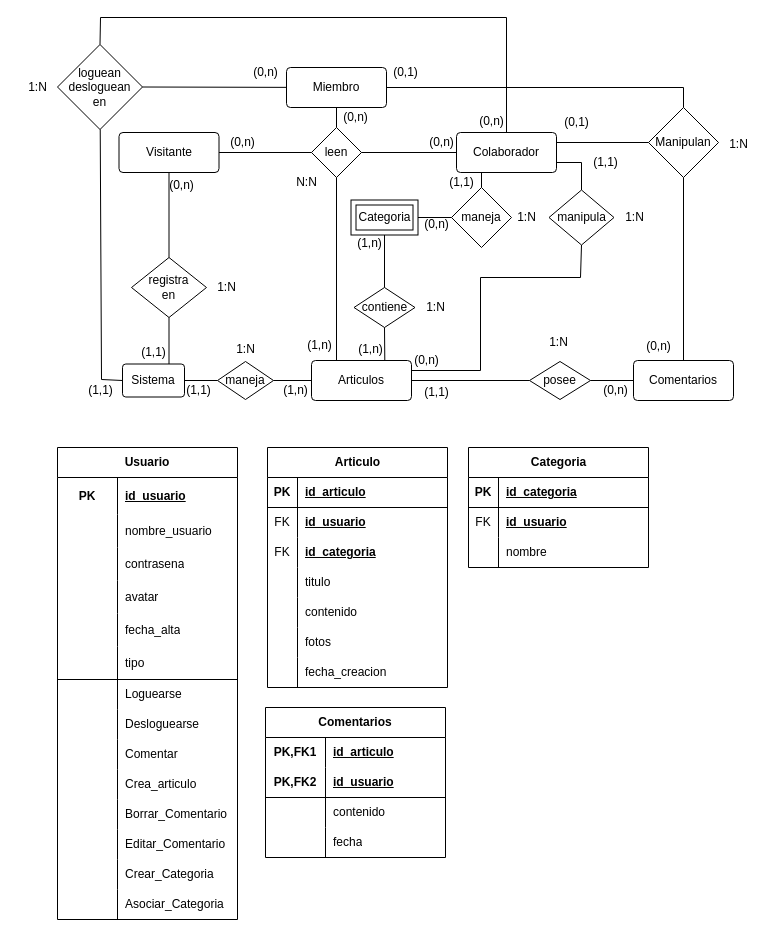
This is Blog_Metaverso.drawio from mateojgomez/blog_metaverso, a draw.io file, before an edit. Source tidied: cells renumbered, new cells numbered last; positions are measured from the earlier drawing's top-left corner, leaving out a move shared by most shapes. Both pictures are drawn from the tidied source at 100%, with x=0, y=0 at pixel (17, 17).
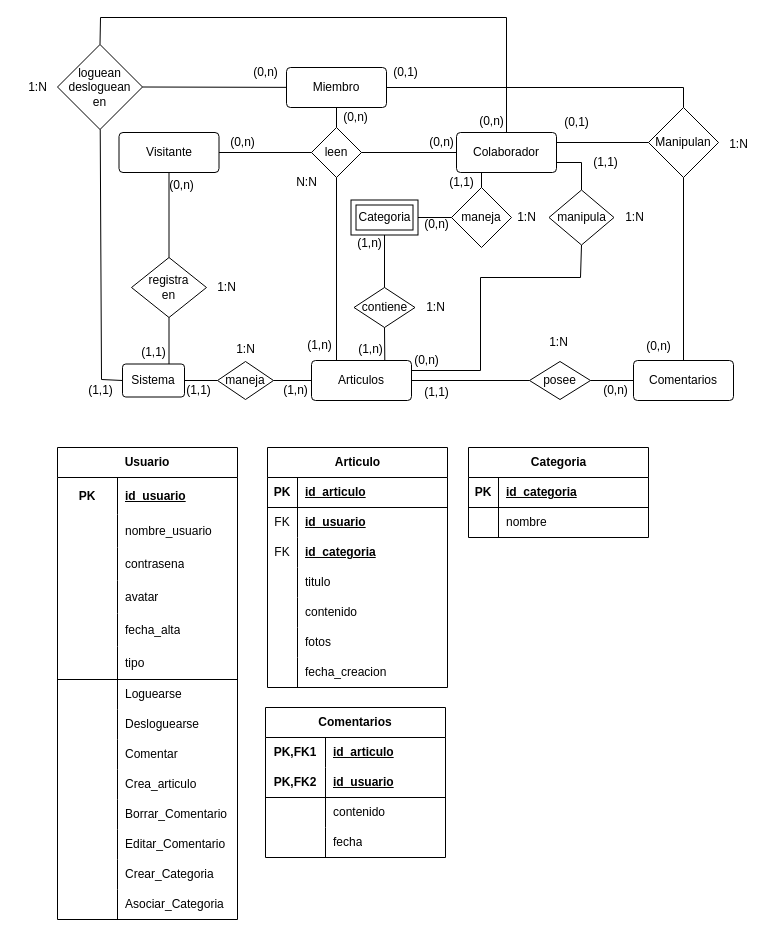
Above is the later version.

What changed in the source:
```diff
@@
     <mxCell id="143" value="Categoria" style="shape=table;startSize=30;childLayout=tableLayout;rowLines=0;fontStyle=1;align=center;html=1;" parent="1" vertex="1">
-      <mxGeometry x="451" y="430" width="180" height="120" as="geometry" />
+      <mxGeometry x="451" y="430" width="180" height="90" as="geometry" />
     </mxCell>
@@
-    <mxCell id="147" style="shape=tableRow;horizontal=0;startSize=0;swimlaneHead=0;swimlaneBody=0;fillColor=none;top=0;left=0;right=0;bottom=0;" parent="143" vertex="1">
-      <mxGeometry y="60" width="180" height="30" as="geometry" />
-    </mxCell>
-    <mxCell id="148" value="FK" style="shape=partialRectangle;fillColor=none;top=0;left=0;bottom=0;right=0;overflow=hidden;whiteSpace=wrap;html=1;" parent="147" vertex="1">
-      <mxGeometry width="30" height="30" as="geometry" />
-    </mxCell>
-    <mxCell id="149" value="&lt;u&gt;&lt;b&gt;id_usuario&lt;/b&gt;&lt;/u&gt;" style="shape=partialRectangle;fillColor=none;top=0;left=0;bottom=0;right=0;align=left;spacingLeft=6;overflow=hidden;whiteSpace=wrap;html=1;" parent="147" vertex="1">
-      <mxGeometry x="30" width="150" height="30" as="geometry" />
-    </mxCell>
     <mxCell id="150" style="shape=tableRow;horizontal=0;startSize=0;swimlaneHead=0;swimlaneBody=0;fillColor=none;top=0;left=0;right=0;bottom=0;" parent="143" vertex="1">
-      <mxGeometry y="90" width="180" height="30" as="geometry" />
+      <mxGeometry y="60" width="180" height="30" as="geometry" />
     </mxCell>
```
